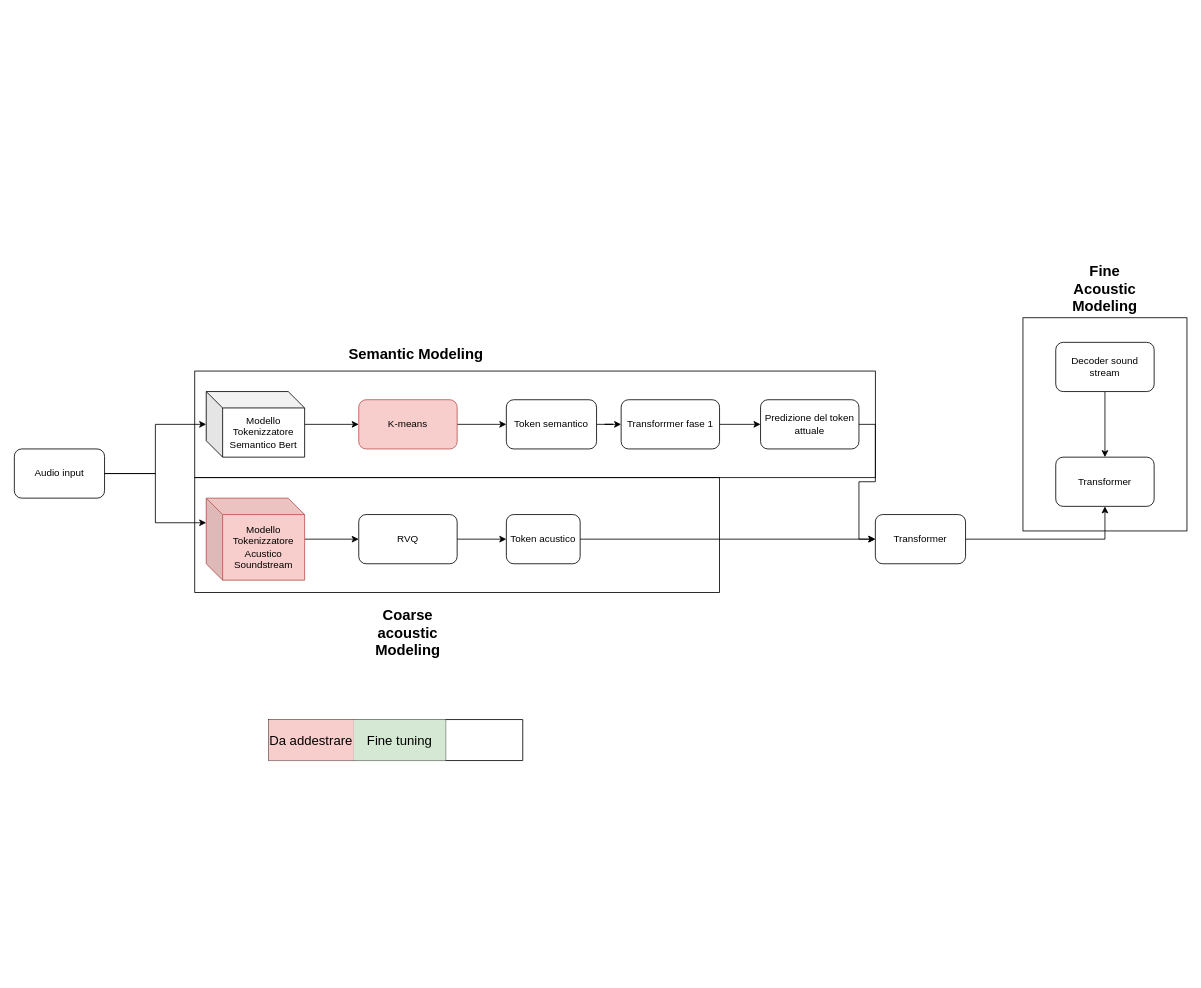
This is docs/AudioLM.drawio from Haislich/AudioLM, a draw.io file, before an edit. Source tidied: cells renumbered, new cells numbered last; positions are measured from the earlier drawing's top-left corner, leaving out a move shared by most shapes. Both pictures are drawn from the tidied source at 82%, with x=0, y=0 at pixel (14, 276).
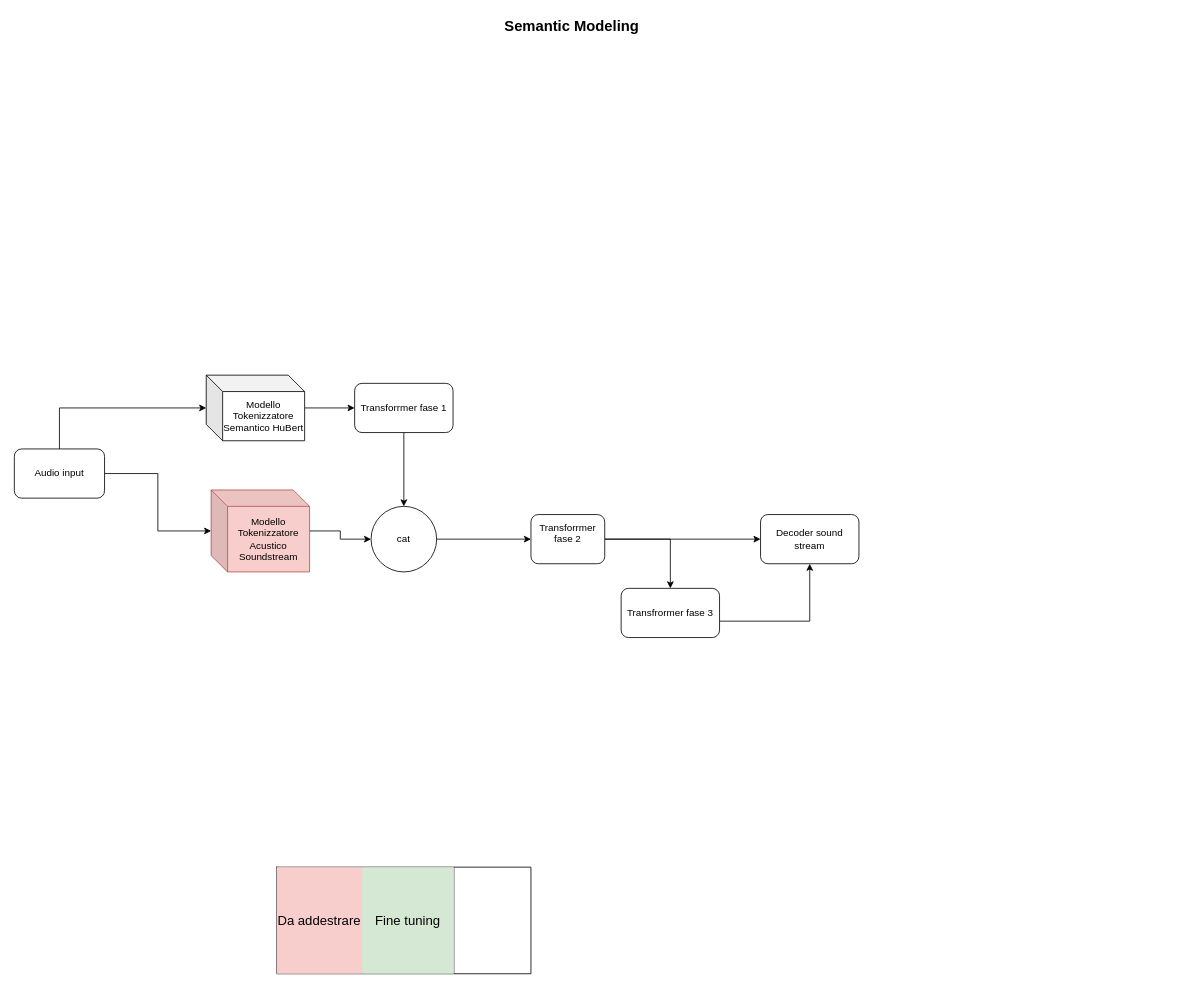
The same page after the edit.

Unchanged cells that the change refers to:
```xml
<mxCell id="3" value="Audio input" style="rounded=1;whiteSpace=wrap;html=1;" parent="1" vertex="1">
  <mxGeometry y="210" width="110" height="60" as="geometry" />
</mxCell>
```

Change to the diagram source:
```diff
@@
     <mxCell id="2" style="edgeStyle=orthogonalEdgeStyle;rounded=0;jettySize=auto;html=1;" parent="1" edge="1" source="3" target="5">
-      <mxGeometry relative="1" as="geometry" />
+      <mxGeometry relative="1" as="geometry">
+        <Array as="points">
+          <mxPoint x="55" y="160" />
+          <mxPoint x="294" y="160" />
+        </Array>
+      </mxGeometry>
     </mxCell>
+    <mxCell id="8" style="edgeStyle=orthogonalEdgeStyle;rounded=0;jettySize=auto;html=1;" parent="1" edge="1" source="3" target="7">
+      <mxGeometry relative="1" as="geometry" />
+    </mxCell>
@@
-    <mxCell id="4" style="edgeStyle=orthogonalEdgeStyle;rounded=0;jettySize=auto;html=1;entryX=0;entryY=0.5;entryDx=0;entryDy=0;" parent="1" edge="1" source="5" target="10">
+    <mxCell id="4" style="edgeStyle=orthogonalEdgeStyle;rounded=0;jettySize=auto;html=1;entryX=0;entryY=0.5;entryDx=0;entryDy=0;" parent="1" edge="1" source="5" target="27">
       <mxGeometry relative="1" as="geometry" />
     </mxCell>
-    <mxCell id="5" value="Modello Tokenizzatore Semantico Bert" style="shape=cube;whiteSpace=wrap;html=1;boundedLbl=1;backgroundOutline=1;darkOpacity=0.05;darkOpacity2=0.1;" parent="1" vertex="1">
-      <mxGeometry x="234" y="140" width="120" height="80" as="geometry" />
+    <mxCell id="5" value="Modello Tokenizzatore Semantico Hu&lt;span style=&quot;background-color: initial;&quot;&gt;Bert&lt;/span&gt;" style="shape=cube;whiteSpace=wrap;html=1;boundedLbl=1;backgroundOutline=1;darkOpacity=0.05;darkOpacity2=0.1;" parent="1" vertex="1">
+      <mxGeometry x="234" y="120" width="120" height="80" as="geometry" />
     </mxCell>
-    <mxCell id="6" style="edgeStyle=orthogonalEdgeStyle;rounded=0;jettySize=auto;html=1;" parent="1" edge="1" source="7" target="14">
+    <mxCell id="6" style="edgeStyle=orthogonalEdgeStyle;rounded=0;jettySize=auto;html=1;" parent="1" edge="1" source="7" target="41">
       <mxGeometry relative="1" as="geometry" />
     </mxCell>
     <mxCell id="7" value="Modello Tokenizzatore Acustico Soundstream" style="shape=cube;whiteSpace=wrap;html=1;boundedLbl=1;backgroundOutline=1;darkOpacity=0.05;darkOpacity2=0.1;fillColor=#f8cecc;strokeColor=#b85450;" parent="1" vertex="1">
-      <mxGeometry x="234" y="270" width="120" height="100" as="geometry" />
+      <mxGeometry x="240" y="260" width="120" height="100" as="geometry" />
     </mxCell>
-    <mxCell id="8" style="edgeStyle=orthogonalEdgeStyle;rounded=0;jettySize=auto;html=1;entryX=0;entryY=0;entryDx=0;entryDy=30;entryPerimeter=0;" parent="1" edge="1" source="3" target="7">
-      <mxGeometry relative="1" as="geometry" />
-    </mxCell>
-    <mxCell id="9" style="edgeStyle=orthogonalEdgeStyle;rounded=0;jettySize=auto;html=1;" parent="1" edge="1" source="10" target="12">
-      <mxGeometry relative="1" as="geometry" />
-    </mxCell>
-    <mxCell id="10" value="K-means" style="rounded=1;whiteSpace=wrap;html=1;fillColor=#f8cecc;strokeColor=#b85450;" parent="1" vertex="1">
-      <mxGeometry x="420" y="150" width="120" height="60" as="geometry" />
-    </mxCell>
-    <mxCell id="11" style="edgeStyle=orthogonalEdgeStyle;rounded=0;jettySize=auto;html=1;" parent="1" edge="1" source="12" target="27">
-      <mxGeometry relative="1" as="geometry" />
-    </mxCell>
-    <mxCell id="12" value="Token semantico" style="rounded=1;whiteSpace=wrap;html=1;" parent="1" vertex="1">
-      <mxGeometry x="600" y="150" width="110" height="60" as="geometry" />
-    </mxCell>
-    <mxCell id="13" style="edgeStyle=orthogonalEdgeStyle;rounded=0;jettySize=auto;html=1;" parent="1" edge="1" source="14" target="17">
-      <mxGeometry relative="1" as="geometry" />
-    </mxCell>
-    <mxCell id="14" value="RVQ" style="rounded=1;whiteSpace=wrap;html=1;" parent="1" vertex="1">
-      <mxGeometry x="420" y="290" width="120" height="60" as="geometry" />
-    </mxCell>
-    <mxCell id="15" value="&lt;div&gt;&lt;br&gt;&lt;/div&gt;" style="rounded=0;whiteSpace=wrap;html=1;fillColor=none;" parent="1" vertex="1">
-      <mxGeometry x="220" y="115" width="830" height="130" as="geometry" />
-    </mxCell>
-    <mxCell id="16" style="edgeStyle=orthogonalEdgeStyle;rounded=0;jettySize=auto;html=1;entryX=0;entryY=0.5;entryDx=0;entryDy=0;" parent="1" edge="1" source="17" target="29">
-      <mxGeometry relative="1" as="geometry" />
-    </mxCell>
+    <mxCell id="37" style="edgeStyle=orthogonalEdgeStyle;rounded=0;jettySize=auto;html=1;" parent="1" edge="1" source="17" target="43">
+      <mxGeometry relative="1" as="geometry" />
+    </mxCell>
+    <mxCell id="38" style="edgeStyle=orthogonalEdgeStyle;rounded=0;jettySize=auto;html=1;" parent="1" edge="1" source="17" target="34">
+      <mxGeometry relative="1" as="geometry" />
+    </mxCell>
-    <mxCell id="17" value="Token acustico" style="rounded=1;whiteSpace=wrap;html=1;" parent="1" vertex="1">
-      <mxGeometry x="600" y="290" width="90" height="60" as="geometry" />
+    <mxCell id="17" value="Transforrmer fase&lt;span style=&quot;background-color: initial;&quot;&gt;&amp;nbsp;2&lt;/span&gt;&lt;div&gt;&lt;div&gt;&lt;br&gt;&lt;/div&gt;&lt;/div&gt;" style="rounded=1;whiteSpace=wrap;html=1;" parent="1" vertex="1">
+      <mxGeometry x="630" y="290" width="90" height="60" as="geometry" />
     </mxCell>
     <mxCell id="18" value="&lt;b&gt;&lt;font style=&quot;font-size: 18px;&quot;&gt;Semantic Modeling&lt;/font&gt;&lt;/b&gt;" style="text;html=1;align=center;verticalAlign=middle;whiteSpace=wrap;rounded=0;" parent="1" vertex="1">
-      <mxGeometry x="400" y="80" width="180" height="30" as="geometry" />
+      <mxGeometry x="590" y="-320" width="180" height="30" as="geometry" />
     </mxCell>
-    <mxCell id="19" style="rounded=0;whiteSpace=wrap;html=1;fillColor=none;" parent="1" vertex="1">
-      <mxGeometry x="220" y="245" width="640" height="140" as="geometry" />
-    </mxCell>
-    <mxCell id="20" value="&lt;font style=&quot;font-size: 18px;&quot;&gt;&lt;b&gt;Coarse acoustic Modeling&lt;/b&gt;&lt;/font&gt;" style="text;html=1;align=center;verticalAlign=middle;whiteSpace=wrap;rounded=0;" parent="1" vertex="1">
-      <mxGeometry x="450" y="420" width="60" height="30" as="geometry" />
-    </mxCell>
     <mxCell id="21" style="shape=table;startSize=0;childLayout=tableLayout;fontSize=16;" parent="1" vertex="1">
-      <mxGeometry x="310" y="540" width="310" height="50" as="geometry" />
+      <mxGeometry x="320" y="720" width="310" height="130" as="geometry" />
     </mxCell>
     <mxCell id="22" style="shape=tableRow;horizontal=0;startSize=0;swimlaneHead=0;swimlaneBody=0;strokeColor=inherit;top=0;left=0;bottom=0;right=0;fillColor=none;fontSize=16;" parent="21" vertex="1">
-      <mxGeometry width="310" height="50" as="geometry" />
+      <mxGeometry width="310" height="130" as="geometry" />
     </mxCell>
     <mxCell id="23" value="Da addestrare" style="shape=partialRectangle;html=1;whiteSpace=wrap;strokeColor=#b85450;overflow=hidden;fillColor=#f8cecc;top=0;left=0;bottom=0;right=0;fontSize=16;" parent="22" vertex="1">
-      <mxGeometry width="104" height="50" as="geometry" />
+      <mxGeometry width="104" height="130" as="geometry" />
     </mxCell>
     <mxCell id="24" value="Fine tuning" style="shape=partialRectangle;html=1;whiteSpace=wrap;strokeColor=#82b366;overflow=hidden;fillColor=#d5e8d4;top=0;left=0;bottom=0;right=0;fontSize=16;" parent="22" vertex="1">
-      <mxGeometry x="104" width="112" height="50" as="geometry" />
+      <mxGeometry x="104" width="112" height="130" as="geometry" />
     </mxCell>
     <mxCell id="25" style="shape=partialRectangle;html=1;whiteSpace=wrap;strokeColor=inherit;overflow=hidden;fillColor=none;top=0;left=0;bottom=0;right=0;fontSize=16;" parent="22" vertex="1">
-      <mxGeometry x="216" width="94" height="50" as="geometry" />
+      <mxGeometry x="216" width="94" height="130" as="geometry" />
     </mxCell>
-    <mxCell id="26" style="edgeStyle=orthogonalEdgeStyle;rounded=0;jettySize=auto;html=1;" parent="1" edge="1" source="27" target="30">
-      <mxGeometry relative="1" as="geometry" />
-    </mxCell>
+    <mxCell id="39" style="edgeStyle=orthogonalEdgeStyle;rounded=0;jettySize=auto;html=1;entryX=0.5;entryY=0;entryDx=0;entryDy=0;" parent="1" edge="1" source="27" target="41">
+      <mxGeometry relative="1" as="geometry" />
+    </mxCell>
     <mxCell id="27" value="Transforrmer fase 1" style="rounded=1;whiteSpace=wrap;html=1;" parent="1" vertex="1">
-      <mxGeometry x="740" y="150" width="120" height="60" as="geometry" />
+      <mxGeometry x="415" y="130" width="120" height="60" as="geometry" />
     </mxCell>
-    <mxCell id="28" style="edgeStyle=orthogonalEdgeStyle;rounded=0;jettySize=auto;html=1;" parent="1" edge="1" source="29" target="32">
-      <mxGeometry relative="1" as="geometry" />
-    </mxCell>
-    <mxCell id="29" value="Transformer" style="rounded=1;whiteSpace=wrap;html=1;" parent="1" vertex="1">
-      <mxGeometry x="1050" y="290" width="110" height="60" as="geometry" />
-    </mxCell>
-    <mxCell id="30" value="Predizione del token attuale" style="rounded=1;whiteSpace=wrap;html=1;" parent="1" vertex="1">
-      <mxGeometry x="910" y="150" width="120" height="60" as="geometry" />
-    </mxCell>
-    <mxCell id="31" style="edgeStyle=orthogonalEdgeStyle;rounded=0;jettySize=auto;html=1;entryX=0;entryY=0.5;entryDx=0;entryDy=0;" parent="1" edge="1" source="30" target="29">
-      <mxGeometry relative="1" as="geometry" />
-    </mxCell>
-    <mxCell id="32" value="Transformer" style="rounded=1;whiteSpace=wrap;html=1;" parent="1" vertex="1">
-      <mxGeometry x="1270" y="220" width="120" height="60" as="geometry" />
-    </mxCell>
-    <mxCell id="33" style="edgeStyle=orthogonalEdgeStyle;rounded=0;jettySize=auto;html=1;entryX=0.5;entryY=0;entryDx=0;entryDy=0;" parent="1" edge="1" source="34" target="32">
-      <mxGeometry relative="1" as="geometry" />
-    </mxCell>
     <mxCell id="34" value="Decoder sound stream" style="rounded=1;whiteSpace=wrap;html=1;" parent="1" vertex="1">
-      <mxGeometry x="1270" y="80" width="120" height="60" as="geometry" />
+      <mxGeometry x="910" y="290" width="120" height="60" as="geometry" />
     </mxCell>
-    <mxCell id="35" style="rounded=0;whiteSpace=wrap;html=1;fillColor=none;" parent="1" vertex="1">
-      <mxGeometry x="1230" y="50" width="200" height="260" as="geometry" />
-    </mxCell>
-    <mxCell id="36" value="&lt;font style=&quot;font-size: 18px;&quot;&gt;&lt;b&gt;Fine Acoustic Modeling&lt;/b&gt;&lt;/font&gt;" style="text;html=1;align=center;verticalAlign=middle;whiteSpace=wrap;rounded=0;" parent="1" vertex="1">
-      <mxGeometry x="1300" width="60" height="30" as="geometry" />
-    </mxCell>
+    <mxCell id="40" style="edgeStyle=orthogonalEdgeStyle;rounded=0;jettySize=auto;html=1;" parent="1" edge="1" source="41" target="17">
+      <mxGeometry relative="1" as="geometry" />
+    </mxCell>
+    <mxCell id="41" value="cat" style="ellipse;whiteSpace=wrap;html=1;" parent="1" vertex="1">
+      <mxGeometry x="435" y="280" width="80" height="80" as="geometry" />
+    </mxCell>
+    <mxCell id="42" style="edgeStyle=orthogonalEdgeStyle;rounded=0;jettySize=auto;html=1;" parent="1" edge="1" source="43" target="34">
+      <mxGeometry relative="1" as="geometry">
+        <Array as="points">
+          <mxPoint x="970" y="420" />
+        </Array>
+      </mxGeometry>
+    </mxCell>
+    <mxCell id="43" value="Transfrormer fase 3" style="rounded=1;whiteSpace=wrap;html=1;" parent="1" vertex="1">
+      <mxGeometry x="740" y="380" width="120" height="60" as="geometry" />
+    </mxCell>
```
